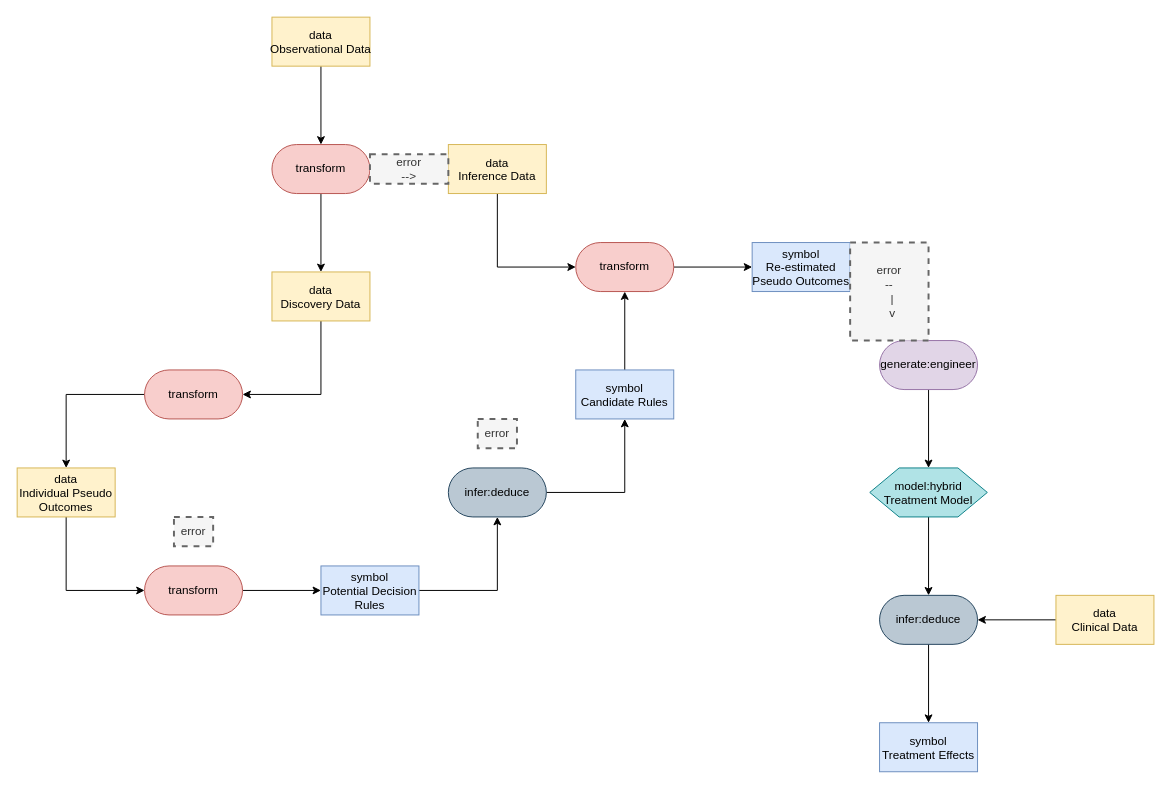
zonnesmit/thesis keeps this draw.io diagram as medical patterns to boxologies/Rules Embedded in ML architecture (REML)/           Causal Rule Ensemble - Interpretable Discovery and Inference of Heterogeneous Treatment Effects.drawio. Above is the earlier version. Source tidied: cells renumbered, new cells numbered last; positions are measured from the earlier drawing's top-left corner, leaving out a move shared by most shapes. Both pictures are drawn from the tidied source at 98%, with x=0, y=0 at pixel (17, 17).
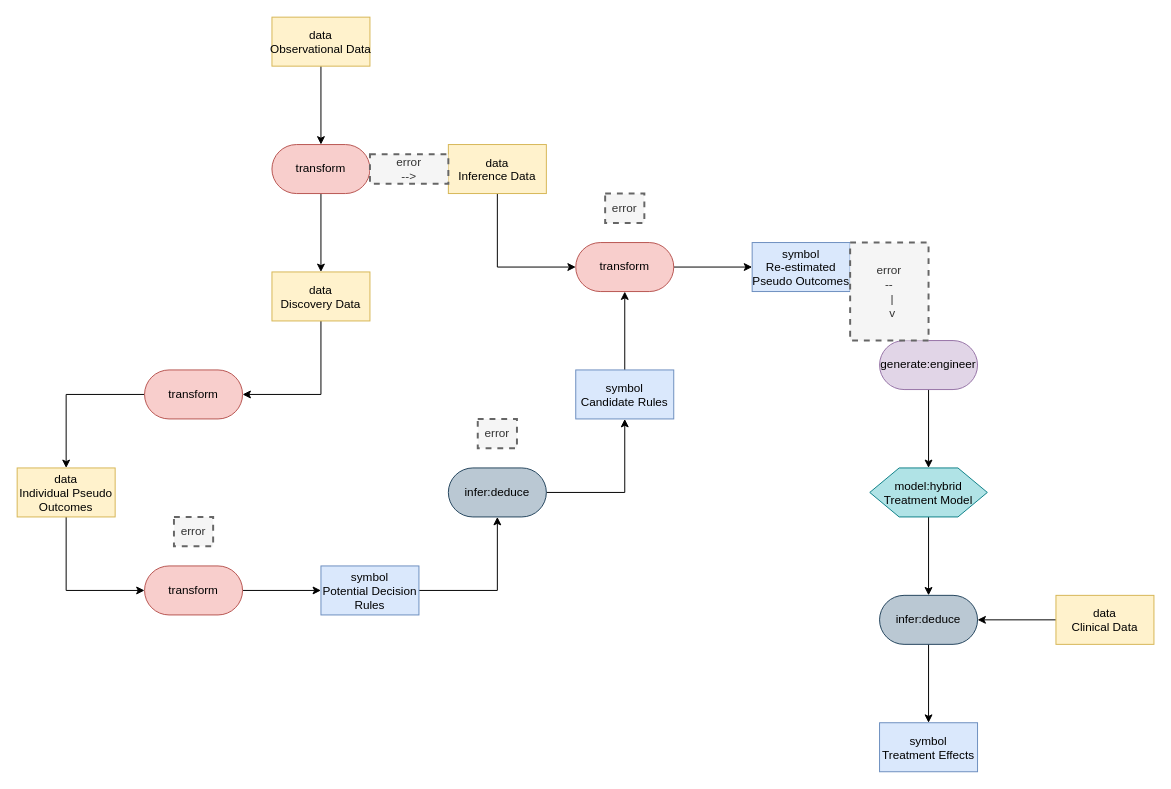
The same page after the edit.

Change to the diagram source:
```diff
@@
+    <mxCell id="38" value="error" style="text;html=1;align=center;verticalAlign=middle;whiteSpace=wrap;rounded=0;dashed=1;fillColor=#f5f5f5;fontColor=#333333;strokeColor=#666666;strokeWidth=2;" parent="1" vertex="1">
+      <mxGeometry x="600" y="180" width="40" height="30" as="geometry" />
+    </mxCell>
```
